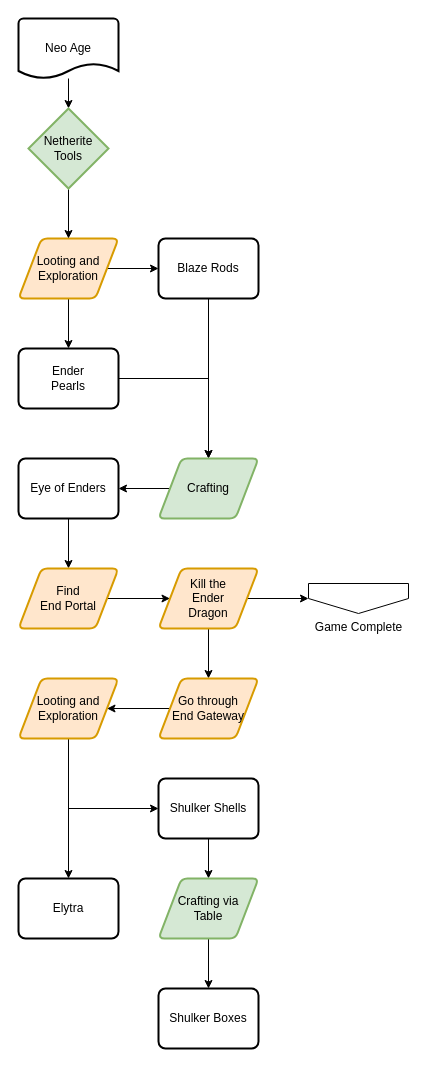
This is page "Neo Age" (7 of 7) of flowcharts/progression.drawio from MeepishRealms/Cog, a draw.io file, before an edit. Source tidied: cells renumbered, new cells numbered last; positions are measured from the earlier drawing's top-left corner, leaving out a move shared by most shapes. Both pictures are drawn from the tidied source at 100%, with x=0, y=0 at pixel (18, 18).
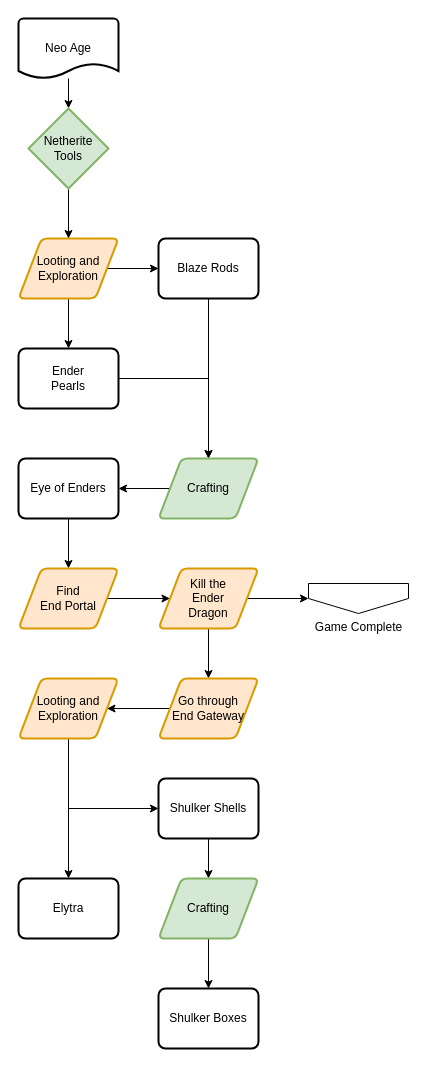
Above is the later version.

Change to the diagram source:
```diff
@@
-    <mxCell id="33" value="Crafting via&lt;br&gt;Table" style="shape=parallelogram;html=1;strokeWidth=2;perimeter=parallelogramPerimeter;whiteSpace=wrap;rounded=1;arcSize=12;size=0.23;fillColor=#d5e8d4;strokeColor=#82b366;" parent="1" vertex="1">
+    <mxCell id="33" value="Crafting" style="shape=parallelogram;html=1;strokeWidth=2;perimeter=parallelogramPerimeter;whiteSpace=wrap;rounded=1;arcSize=12;size=0.23;fillColor=#d5e8d4;strokeColor=#82b366;" parent="1" vertex="1">
       <mxGeometry x="140" y="860" width="100" height="60" as="geometry" />
     </mxCell>
```
